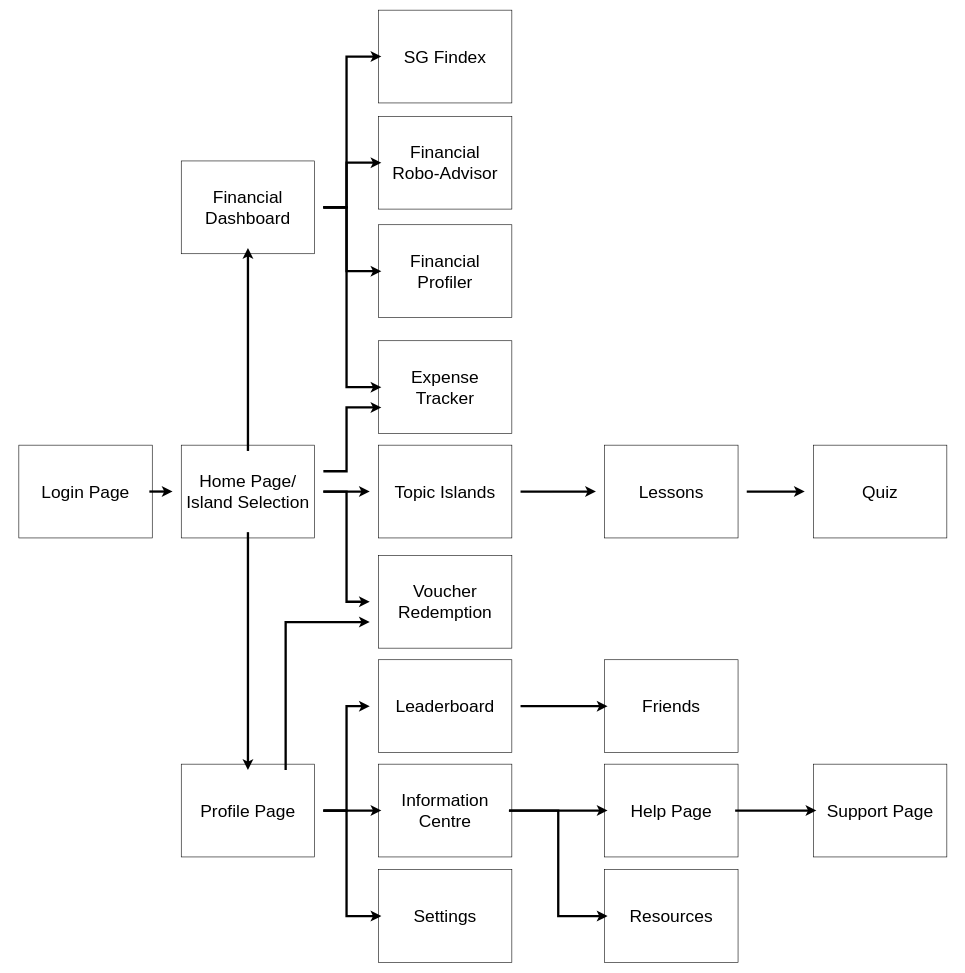
Earlier version of the draw.io diagram FinanceKaki_Iter2.drawio (tigercxx/hello-world). Source tidied: cells renumbered, new cells numbered last; positions are measured from the earlier drawing's top-left corner, leaving out a move shared by most shapes. Both pictures are drawn from the tidied source at 58%, with x=0, y=0 at pixel (10, 10).
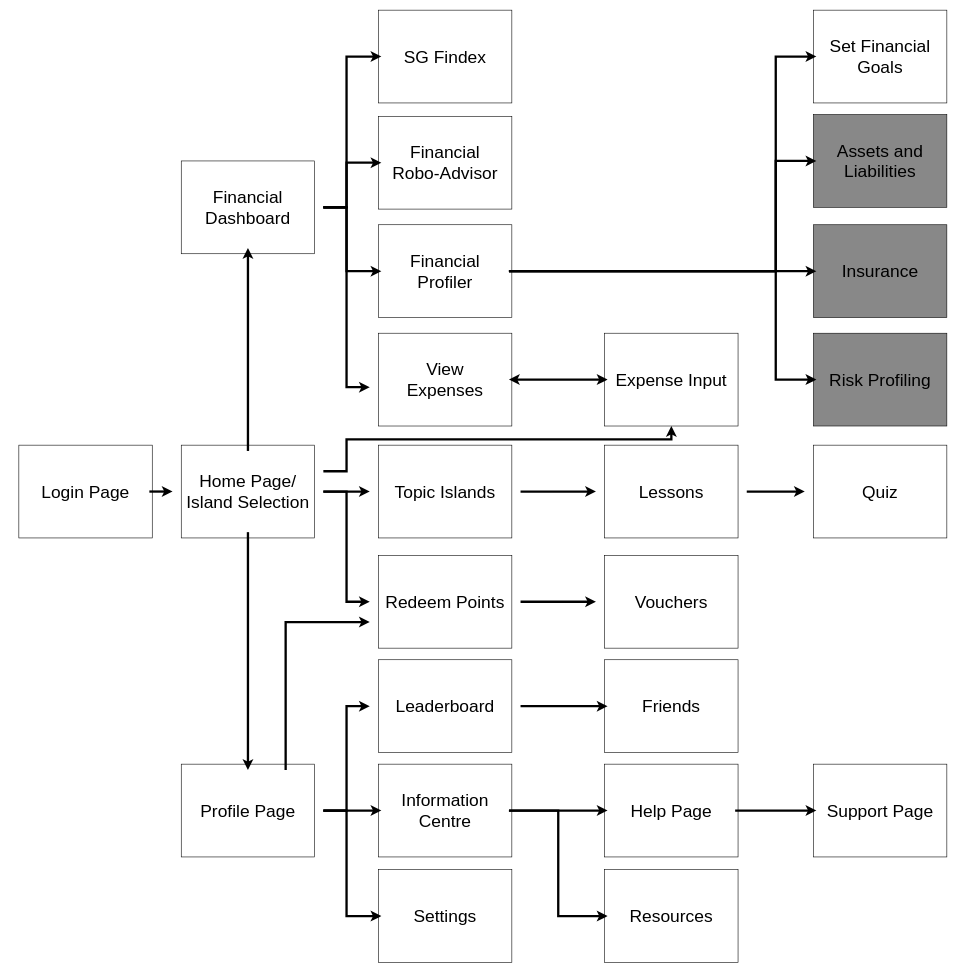
Above is the later version.

The change refers to these unchanged cells:
```xml
<mxCell id="8" value="&lt;font style=&quot;font-size: 30px;&quot;&gt;Home Page/&lt;br&gt;Island Selection&lt;br&gt;&lt;/font&gt;" style="text;html=1;strokeColor=none;fillColor=none;align=center;verticalAlign=middle;whiteSpace=wrap;rounded=0;" parent="6" vertex="1">
  <mxGeometry y="10" width="260" height="140" as="geometry" />
</mxCell>
<mxCell id="11" value="&lt;font style=&quot;font-size: 30px;&quot;&gt;Financial Dashboard&lt;/font&gt;" style="text;html=1;strokeColor=none;fillColor=none;align=center;verticalAlign=middle;whiteSpace=wrap;rounded=0;" parent="9" vertex="1">
  <mxGeometry y="10" width="260" height="140" as="geometry" />
</mxCell>
<mxCell id="30" style="group;" parent="1" vertex="1">
  <mxGeometry x="620" y="940" width="260" height="160" as="geometry" />
</mxCell>
<mxCell id="41" value="&lt;span style=&quot;font-size: 30px;&quot;&gt;Financial Profiler&lt;/span&gt;" style="text;html=1;strokeColor=none;fillColor=none;align=center;verticalAlign=middle;whiteSpace=wrap;rounded=0;" parent="39" vertex="1">
  <mxGeometry x="20" y="10" width="220" height="140" as="geometry" />
</mxCell>
```

What changed in the source:
```diff
@@
-    <mxCell id="32" value="&lt;span style=&quot;font-size: 30px;&quot;&gt;Voucher Redemption&lt;/span&gt;" style="text;html=1;strokeColor=none;fillColor=none;align=center;verticalAlign=middle;whiteSpace=wrap;rounded=0;" parent="30" vertex="1">
+    <mxCell id="32" value="&lt;span style=&quot;font-size: 30px;&quot;&gt;Redeem Points&lt;br&gt;&lt;/span&gt;" style="text;html=1;strokeColor=none;fillColor=none;align=center;verticalAlign=middle;whiteSpace=wrap;rounded=0;" parent="30" vertex="1">
       <mxGeometry y="10" width="260" height="140" as="geometry" />
     </mxCell>
@@
     <mxCell id="36" style="group;" parent="1" vertex="1">
-      <mxGeometry x="620" y="570" width="260" height="160" as="geometry" />
+      <mxGeometry x="620" y="557" width="260" height="160" as="geometry" />
     </mxCell>
@@
-    <mxCell id="38" value="&lt;span style=&quot;font-size: 30px;&quot;&gt;Expense Tracker&lt;/span&gt;" style="text;html=1;strokeColor=none;fillColor=none;align=center;verticalAlign=middle;whiteSpace=wrap;rounded=0;" parent="36" vertex="1">
+    <mxCell id="38" value="&lt;span style=&quot;font-size: 30px;&quot;&gt;View&lt;br&gt;Expenses&lt;br&gt;&lt;/span&gt;" style="text;html=1;strokeColor=none;fillColor=none;align=center;verticalAlign=middle;whiteSpace=wrap;rounded=0;" parent="36" vertex="1">
       <mxGeometry x="20" y="10" width="220" height="140" as="geometry" />
     </mxCell>
@@
-    <mxCell id="73" style="edgeStyle=orthogonalEdgeStyle;rounded=0;jettySize=auto;html=1;exitX=1;exitY=0.5;exitDx=0;exitDy=0;entryX=0;entryY=0.5;entryDx=0;entryDy=0;strokeWidth=4;fontSize=30;" parent="1" edge="1" source="11" target="38">
+    <mxCell id="73" style="edgeStyle=orthogonalEdgeStyle;rounded=0;jettySize=auto;html=1;exitX=1;exitY=0.5;exitDx=0;exitDy=0;strokeWidth=4;fontSize=30;" parent="1" edge="1" source="11">
       <mxGeometry relative="1" as="geometry">
+        <mxPoint x="620" y="650" as="targetPoint" />
         <Array as="points">
           <mxPoint x="580" y="340" />
           <mxPoint x="580" y="650" />
         </Array>
       </mxGeometry>
     </mxCell>
-    <mxCell id="74" style="edgeStyle=orthogonalEdgeStyle;rounded=0;jettySize=auto;html=1;exitX=1;exitY=0.25;exitDx=0;exitDy=0;entryX=0;entryY=0.75;entryDx=0;entryDy=0;strokeWidth=4;fontSize=30;" parent="1" edge="1" source="8" target="38">
-      <mxGeometry relative="1" as="geometry">
-        <Array as="points">
-          <mxPoint x="580" y="795" />
-          <mxPoint x="580" y="685" />
-        </Array>
-      </mxGeometry>
-    </mxCell>
@@
+    <mxCell id="80" style="group;" parent="1" vertex="1">
+      <mxGeometry x="1370" y="557" width="260" height="160" as="geometry" />
+    </mxCell>
+    <mxCell id="81" style="rounded=0;whiteSpace=wrap;html=1;fillColor=#888;" parent="80" vertex="1">
+      <mxGeometry x="15" width="230" height="160" as="geometry" />
+    </mxCell>
+    <mxCell id="82" value="&lt;span style=&quot;font-size: 30px;&quot;&gt;Risk Profiling&lt;/span&gt;" style="text;html=1;strokeColor=none;fillColor=none;align=center;verticalAlign=middle;whiteSpace=wrap;rounded=0;" parent="80" vertex="1">
+      <mxGeometry x="20" y="10" width="220" height="140" as="geometry" />
+    </mxCell>
+    <mxCell id="83" style="group;" parent="1" vertex="1">
+      <mxGeometry x="1010" y="557" width="260" height="160" as="geometry" />
+    </mxCell>
+    <mxCell id="84" style="rounded=0;whiteSpace=wrap;html=1;" parent="83" vertex="1">
+      <mxGeometry x="15" width="230" height="160" as="geometry" />
+    </mxCell>
+    <mxCell id="85" value="&lt;span style=&quot;font-size: 30px;&quot;&gt;Expense Input&lt;br&gt;&lt;/span&gt;" style="text;html=1;strokeColor=none;fillColor=none;align=center;verticalAlign=middle;whiteSpace=wrap;rounded=0;" parent="83" vertex="1">
+      <mxGeometry x="20" y="10" width="220" height="140" as="geometry" />
+    </mxCell>
+    <mxCell id="86" style="edgeStyle=orthogonalEdgeStyle;rounded=0;jettySize=auto;html=1;exitX=1;exitY=0.25;exitDx=0;exitDy=0;entryX=0.5;entryY=1;entryDx=0;entryDy=0;strokeWidth=4;" parent="1" edge="1" source="8" target="84">
+      <mxGeometry relative="1" as="geometry">
+        <Array as="points">
+          <mxPoint x="580" y="795" />
+          <mxPoint x="580" y="740" />
+          <mxPoint x="1140" y="740" />
+        </Array>
+      </mxGeometry>
+    </mxCell>
+    <mxCell id="87" style="edgeStyle=orthogonalEdgeStyle;rounded=0;jettySize=auto;html=1;exitX=1;exitY=0.5;exitDx=0;exitDy=0;entryX=0;entryY=0.5;entryDx=0;entryDy=0;strokeWidth=4;startArrow=classic;startFill=1;" parent="1" edge="1" source="38" target="85">
+      <mxGeometry relative="1" as="geometry" />
+    </mxCell>
+    <mxCell id="88" style="group;" parent="1" vertex="1">
+      <mxGeometry x="1010" y="940" width="260" height="160" as="geometry" />
+    </mxCell>
+    <mxCell id="89" style="rounded=0;whiteSpace=wrap;html=1;" parent="88" vertex="1">
+      <mxGeometry x="15" width="230" height="160" as="geometry" />
+    </mxCell>
+    <mxCell id="90" value="&lt;span style=&quot;font-size: 30px;&quot;&gt;Vouchers&lt;br&gt;&lt;/span&gt;" style="text;html=1;strokeColor=none;fillColor=none;align=center;verticalAlign=middle;whiteSpace=wrap;rounded=0;" parent="88" vertex="1">
+      <mxGeometry y="10" width="260" height="140" as="geometry" />
+    </mxCell>
+    <mxCell id="91" style="edgeStyle=orthogonalEdgeStyle;rounded=0;jettySize=auto;html=1;exitX=1;exitY=0.5;exitDx=0;exitDy=0;entryX=0;entryY=0.5;entryDx=0;entryDy=0;strokeWidth=4;startArrow=none;startFill=0;" parent="1" edge="1" source="32" target="90">
+      <mxGeometry relative="1" as="geometry" />
+    </mxCell>
+    <mxCell id="92" style="group;labelBorderColor=none;fillColor=default;" parent="1" vertex="1">
+      <mxGeometry x="1370" y="370" width="260" height="160" as="geometry" />
+    </mxCell>
+    <mxCell id="93" style="rounded=0;whiteSpace=wrap;html=1;labelBorderColor=none;fillColor=#888888;" parent="92" vertex="1">
+      <mxGeometry x="15" width="230" height="160" as="geometry" />
+    </mxCell>
+    <mxCell id="94" value="&lt;span style=&quot;font-size: 30px;&quot;&gt;Insurance&lt;/span&gt;" style="text;html=1;align=center;verticalAlign=middle;whiteSpace=wrap;rounded=0;labelBorderColor=none;fillColor=none;" parent="92" vertex="1">
+      <mxGeometry x="20" y="10" width="220" height="140" as="geometry" />
+    </mxCell>
+    <mxCell id="95" style="group;labelBorderColor=none;fillColor=default;" parent="1" vertex="1">
+      <mxGeometry x="1370" y="180" width="260" height="160" as="geometry" />
+    </mxCell>
+    <mxCell id="96" style="rounded=0;whiteSpace=wrap;html=1;labelBorderColor=none;fillColor=#888;" parent="95" vertex="1">
+      <mxGeometry x="15" width="230" height="160" as="geometry" />
+    </mxCell>
+    <mxCell id="97" value="&lt;span style=&quot;font-size: 30px;&quot;&gt;Assets and Liabilities&lt;/span&gt;" style="text;html=1;align=center;verticalAlign=middle;whiteSpace=wrap;rounded=0;labelBorderColor=none;fillColor=none;" parent="95" vertex="1">
+      <mxGeometry x="20" y="10" width="220" height="140" as="geometry" />
+    </mxCell>
+    <mxCell id="98" style="group;labelBorderColor=none;fillColor=default;" parent="1" vertex="1">
+      <mxGeometry x="1370" width="260" height="160" as="geometry" />
+    </mxCell>
+    <mxCell id="99" style="rounded=0;whiteSpace=wrap;html=1;labelBorderColor=none;fillColor=default;" parent="98" vertex="1">
+      <mxGeometry x="15" width="230" height="160" as="geometry" />
+    </mxCell>
+    <mxCell id="100" value="&lt;span style=&quot;font-size: 30px;&quot;&gt;Set Financial Goals&lt;/span&gt;" style="text;html=1;align=center;verticalAlign=middle;whiteSpace=wrap;rounded=0;labelBorderColor=none;fillColor=default;" parent="98" vertex="1">
+      <mxGeometry x="20" y="10" width="220" height="140" as="geometry" />
+    </mxCell>
+    <mxCell id="101" style="edgeStyle=orthogonalEdgeStyle;rounded=0;jettySize=auto;html=1;exitX=1;exitY=0.5;exitDx=0;exitDy=0;entryX=0;entryY=0.5;entryDx=0;entryDy=0;strokeWidth=4;startArrow=none;startFill=0;" parent="1" edge="1" source="41" target="94">
+      <mxGeometry relative="1" as="geometry" />
+    </mxCell>
+    <mxCell id="102" style="edgeStyle=orthogonalEdgeStyle;rounded=0;jettySize=auto;html=1;exitX=1;exitY=0.5;exitDx=0;exitDy=0;entryX=0;entryY=0.5;entryDx=0;entryDy=0;strokeWidth=4;startArrow=none;startFill=0;" parent="1" edge="1" source="41" target="97">
+      <mxGeometry relative="1" as="geometry">
+        <Array as="points">
+          <mxPoint x="1320" y="450" />
+          <mxPoint x="1320" y="260" />
+        </Array>
+      </mxGeometry>
+    </mxCell>
+    <mxCell id="103" style="edgeStyle=orthogonalEdgeStyle;rounded=0;jettySize=auto;html=1;exitX=1;exitY=0.5;exitDx=0;exitDy=0;entryX=0;entryY=0.5;entryDx=0;entryDy=0;strokeWidth=4;startArrow=none;startFill=0;" parent="1" edge="1" source="41" target="100">
+      <mxGeometry relative="1" as="geometry">
+        <Array as="points">
+          <mxPoint x="1320" y="450" />
+          <mxPoint x="1320" y="80" />
+        </Array>
+      </mxGeometry>
+    </mxCell>
+    <mxCell id="104" style="edgeStyle=orthogonalEdgeStyle;rounded=0;jettySize=auto;html=1;exitX=1;exitY=0.5;exitDx=0;exitDy=0;entryX=0;entryY=0.5;entryDx=0;entryDy=0;strokeWidth=4;startArrow=none;startFill=0;" parent="1" edge="1" source="41" target="82">
+      <mxGeometry relative="1" as="geometry">
+        <Array as="points">
+          <mxPoint x="1320" y="450" />
+          <mxPoint x="1320" y="637" />
+        </Array>
+      </mxGeometry>
+    </mxCell>
```
